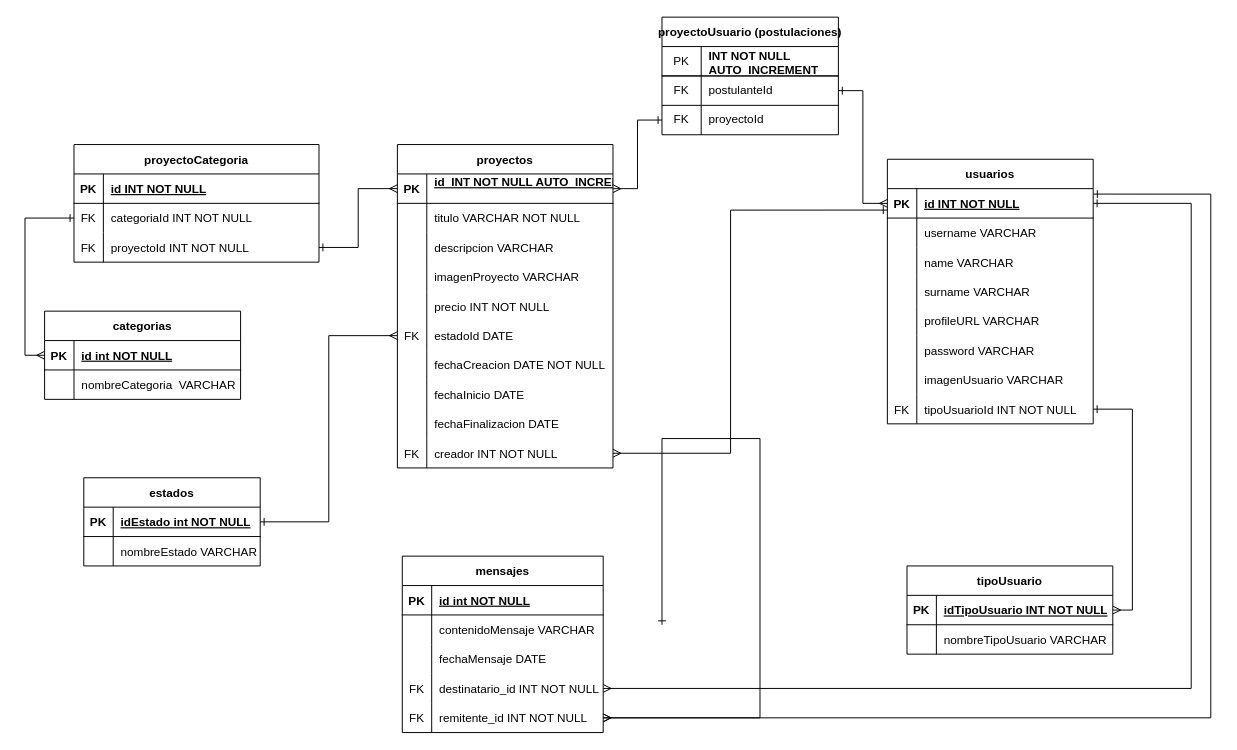
Above: docs/Diagrama_ER.drawio in 0122CDFSNCN06LAED/grupo-05 (draw.io), before the change. Source tidied: cells renumbered, new cells numbered last; positions are measured from the earlier drawing's top-left corner, leaving out a move shared by most shapes. Both pictures are drawn from the tidied source at 98%, with x=0, y=0 at pixel (44, 17).
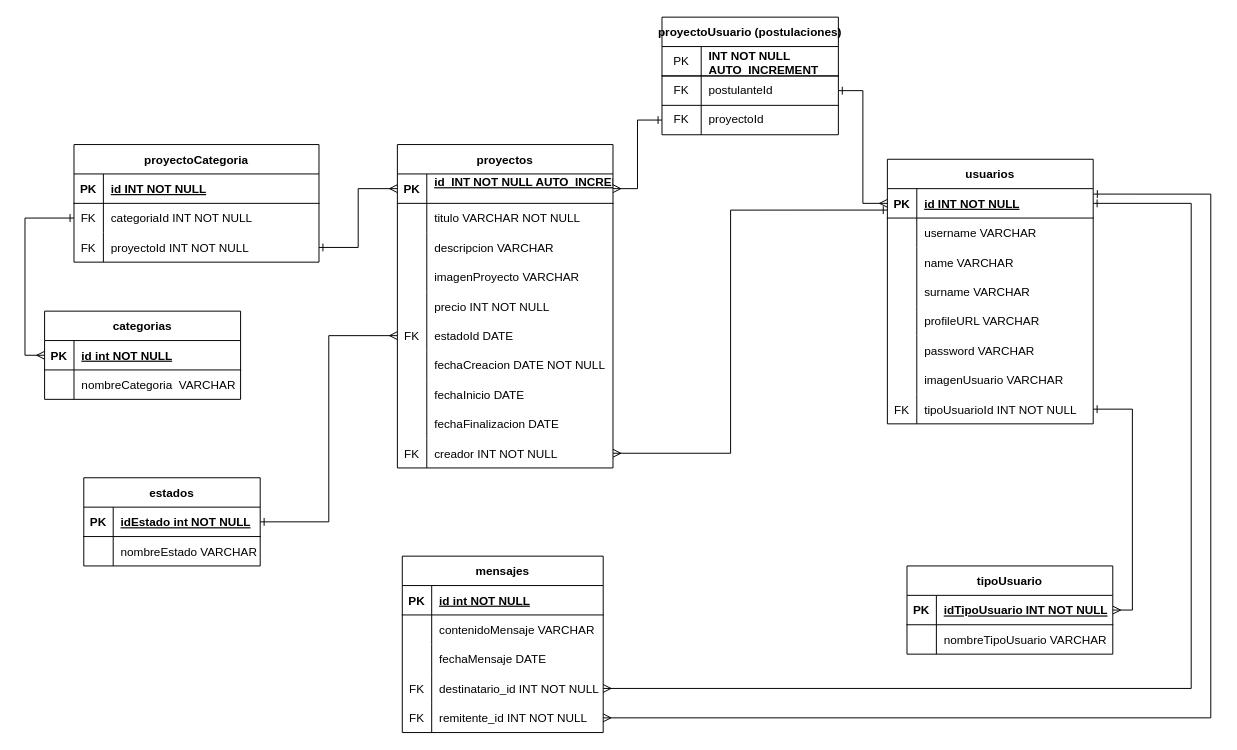
After the change.

The change refers to these unchanged cells:
```xml
<mxCell id="103" style="shape=tableRow;horizontal=0;startSize=0;swimlaneHead=0;swimlaneBody=0;fillColor=none;points=[[0,0.5],[1,0.5]];portConstraint=eastwest;top=0;left=0;right=0;bottom=0;" parent="90" vertex="1">
  <mxGeometry y="150" width="205" height="30" as="geometry" />
</mxCell>
```

What changed in the source:
```diff
@@
-    <mxCell id="89" style="edgeStyle=orthogonalEdgeStyle;rounded=0;jettySize=auto;html=1;startArrow=ERmany;startFill=0;endArrow=ERone;endFill=0;exitX=1;exitY=0.5;exitDx=0;exitDy=0;entryX=0;entryY=0.5;entryDx=0;entryDy=0;" parent="1" edge="1" source="103">
-      <mxGeometry relative="1" as="geometry">
-        <mxPoint x="630" y="620" as="targetPoint" />
-        <Array as="points">
-          <mxPoint x="730" y="715" />
-          <mxPoint x="730" y="430" />
-        </Array>
-      </mxGeometry>
-    </mxCell>
```
